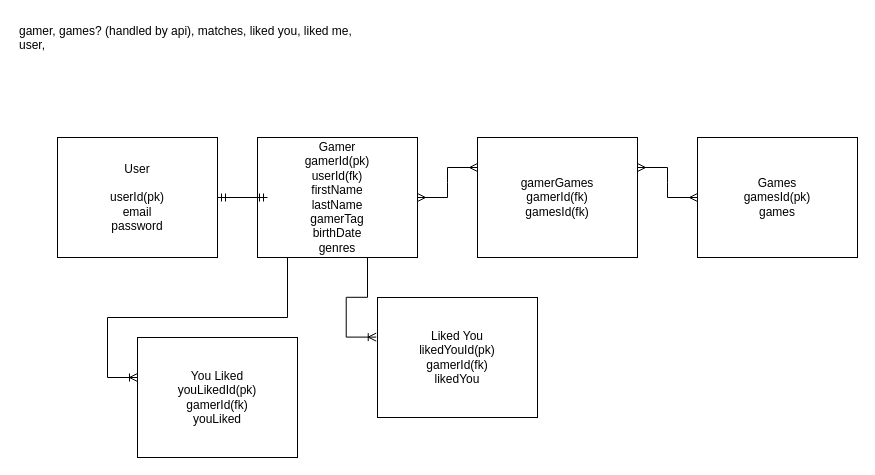
Earlier version of the draw.io diagram capstone.drawio (JLDeee/capstone). Source tidied: cells renumbered, new cells numbered last; positions are measured from the earlier drawing's top-left corner, leaving out a move shared by most shapes. Both pictures are drawn from the tidied source at 100%, with x=0, y=0 at pixel (17, 17).
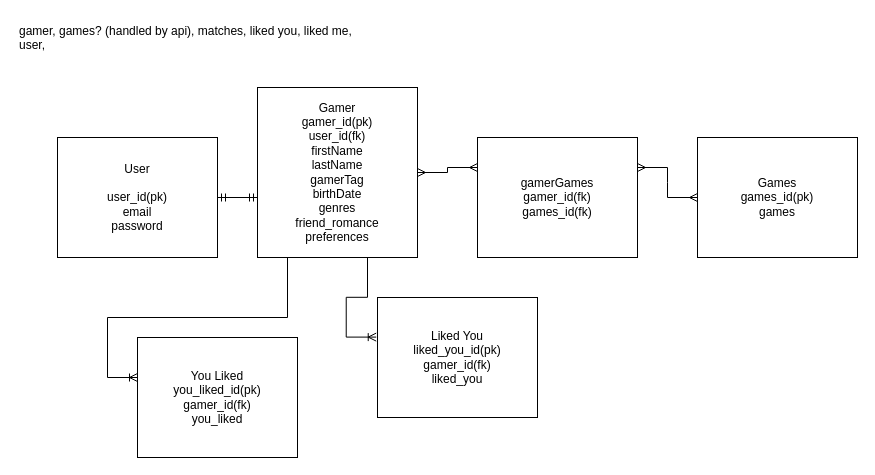
The same page after the edit.

Commit message (it also covers changes not shown here):
completed v3 of schema

The edit, as a diff of the source:
```diff
@@
 <mxGraphModel>
   <root>
     <mxCell id="0" />
     <mxCell id="1" parent="0" />
     <mxCell id="2" value="&lt;span id=&quot;docs-internal-guid-e8bd23b9-7fff-a295-cead-702f7f2e3db3&quot;&gt;&lt;/span&gt;&lt;span id=&quot;docs-internal-guid-e8bd23b9-7fff-a295-cead-702f7f2e3db3&quot;&gt;&lt;/span&gt;" style="text;html=1;align=center;verticalAlign=middle;strokeColor=none;fillColor=none;" parent="1" vertex="1">
       <mxGeometry x="220" y="40" width="20" height="10" as="geometry" />
     </mxCell>
     <mxCell id="3" value="gamer, games? (handled by api), matches, liked you, liked me, user," style="text;whiteSpace=wrap;html=1;" parent="1" vertex="1">
       <mxGeometry width="360" height="40" as="geometry" />
     </mxCell>
-    <mxCell id="4" value="User&lt;br&gt;&lt;br&gt;userId(pk)&lt;br&gt;&lt;div style=&quot;&quot;&gt;email&lt;/div&gt;&lt;div style=&quot;&quot;&gt;password&lt;/div&gt;" style="rounded=0;whiteSpace=wrap;html=1;align=center;" parent="1" vertex="1">
+    <mxCell id="4" value="User&lt;br&gt;&lt;br&gt;user_id(pk)&lt;br&gt;&lt;div style=&quot;&quot;&gt;email&lt;/div&gt;&lt;div style=&quot;&quot;&gt;password&lt;/div&gt;" style="rounded=0;whiteSpace=wrap;html=1;align=center;" parent="1" vertex="1">
       <mxGeometry x="40" y="120" width="160" height="120" as="geometry" />
     </mxCell>
-    <mxCell id="5" value="Gamer&lt;br&gt;gamerId(pk)&lt;br&gt;userId(fk)&lt;br&gt;firstName&lt;br&gt;lastName&lt;br&gt;gamerTag&lt;br&gt;birthDate&lt;br&gt;genres" style="rounded=0;whiteSpace=wrap;html=1;" parent="1" vertex="1">
-      <mxGeometry x="240" y="120" width="160" height="120" as="geometry" />
+    <mxCell id="5" value="Gamer&lt;br&gt;gamer_id(pk)&lt;br&gt;user_id(fk)&lt;br&gt;firstName&lt;br&gt;lastName&lt;br&gt;gamerTag&lt;br&gt;birthDate&lt;br&gt;genres&lt;br&gt;friend_romance&lt;br&gt;preferences" style="rounded=0;whiteSpace=wrap;html=1;" parent="1" vertex="1">
+      <mxGeometry x="240" y="70" width="160" height="170" as="geometry" />
     </mxCell>
-    <mxCell id="6" value="Games&lt;br&gt;gamesId(pk)&lt;br&gt;games" style="rounded=0;whiteSpace=wrap;html=1;" parent="1" vertex="1">
+    <mxCell id="6" value="Games&lt;br&gt;games_id(pk)&lt;br&gt;games" style="rounded=0;whiteSpace=wrap;html=1;" parent="1" vertex="1">
       <mxGeometry x="680" y="120" width="160" height="120" as="geometry" />
     </mxCell>
-    <mxCell id="7" value="gamerGames&lt;br&gt;gamerId(fk)&lt;br&gt;gamesId(fk)&lt;br&gt;" style="rounded=0;whiteSpace=wrap;html=1;" parent="1" vertex="1">
+    <mxCell id="7" value="gamerGames&lt;br&gt;gamer_id(fk)&lt;br&gt;games_id(fk)" style="rounded=0;whiteSpace=wrap;html=1;" parent="1" vertex="1">
       <mxGeometry x="460" y="120" width="160" height="120" as="geometry" />
     </mxCell>
     <mxCell id="8" style="edgeStyle=entityRelationEdgeStyle;fontSize=12;html=1;endArrow=ERmany;startArrow=ERmany;rounded=0;exitX=1;exitY=0.5;exitDx=0;exitDy=0;entryX=0;entryY=0.25;entryDx=0;entryDy=0;" parent="1" edge="1" source="5" target="7">
       <mxGeometry relative="1" as="geometry" />
     </mxCell>
     <mxCell id="9" style="edgeStyle=entityRelationEdgeStyle;fontSize=12;html=1;endArrow=ERmany;startArrow=ERmany;rounded=0;entryX=0;entryY=0.5;entryDx=0;entryDy=0;exitX=1;exitY=0.25;exitDx=0;exitDy=0;" parent="1" edge="1" source="7" target="6">
       <mxGeometry relative="1" as="geometry" />
     </mxCell>
     <mxCell id="10" style="edgeStyle=entityRelationEdgeStyle;fontSize=12;html=1;endArrow=ERmandOne;startArrow=ERmandOne;rounded=0;exitX=1;exitY=0.5;exitDx=0;exitDy=0;" parent="1" edge="1" source="4">
       <mxGeometry relative="1" as="geometry">
-        <mxPoint x="250" y="180" as="targetPoint" />
+        <mxPoint x="240" y="180" as="targetPoint" />
       </mxGeometry>
     </mxCell>
-    <mxCell id="11" value="You Liked&lt;br&gt;youLikedId(pk)&lt;br&gt;gamerId(fk)&lt;br&gt;youLiked" style="rounded=0;whiteSpace=wrap;html=1;" parent="1" vertex="1">
+    <mxCell id="11" value="You Liked&lt;br&gt;you_liked_id(pk)&lt;br&gt;gamer_id(fk)&lt;br&gt;you_liked" style="rounded=0;whiteSpace=wrap;html=1;" parent="1" vertex="1">
       <mxGeometry x="120" y="320" width="160" height="120" as="geometry" />
     </mxCell>
     <mxCell id="12" style="edgeStyle=entityRelationEdgeStyle;fontSize=12;html=1;endArrow=ERoneToMany;rounded=0;" parent="1" edge="1">
       <mxGeometry relative="1" as="geometry">
         <mxPoint x="240" y="240" as="sourcePoint" />
         <mxPoint x="120" y="360" as="targetPoint" />
       </mxGeometry>
     </mxCell>
-    <mxCell id="13" value="Liked You&lt;br&gt;likedYouId(pk)&lt;br&gt;gamerId(fk)&lt;br&gt;likedYou" style="rounded=0;whiteSpace=wrap;html=1;" parent="1" vertex="1">
+    <mxCell id="13" value="Liked You&lt;br&gt;liked_you_id(pk)&lt;br&gt;gamer_id(fk)&lt;br&gt;liked_you" style="rounded=0;whiteSpace=wrap;html=1;" parent="1" vertex="1">
       <mxGeometry x="360" y="280" width="160" height="120" as="geometry" />
     </mxCell>
     <mxCell id="14" style="edgeStyle=entityRelationEdgeStyle;fontSize=12;html=1;endArrow=ERoneToMany;rounded=0;entryX=-0.008;entryY=0.33;entryDx=0;entryDy=0;entryPerimeter=0;exitX=0.5;exitY=1;exitDx=0;exitDy=0;" parent="1" edge="1" source="5" target="13">
       <mxGeometry relative="1" as="geometry" />
     </mxCell>
   </root>
 </mxGraphModel>
```
